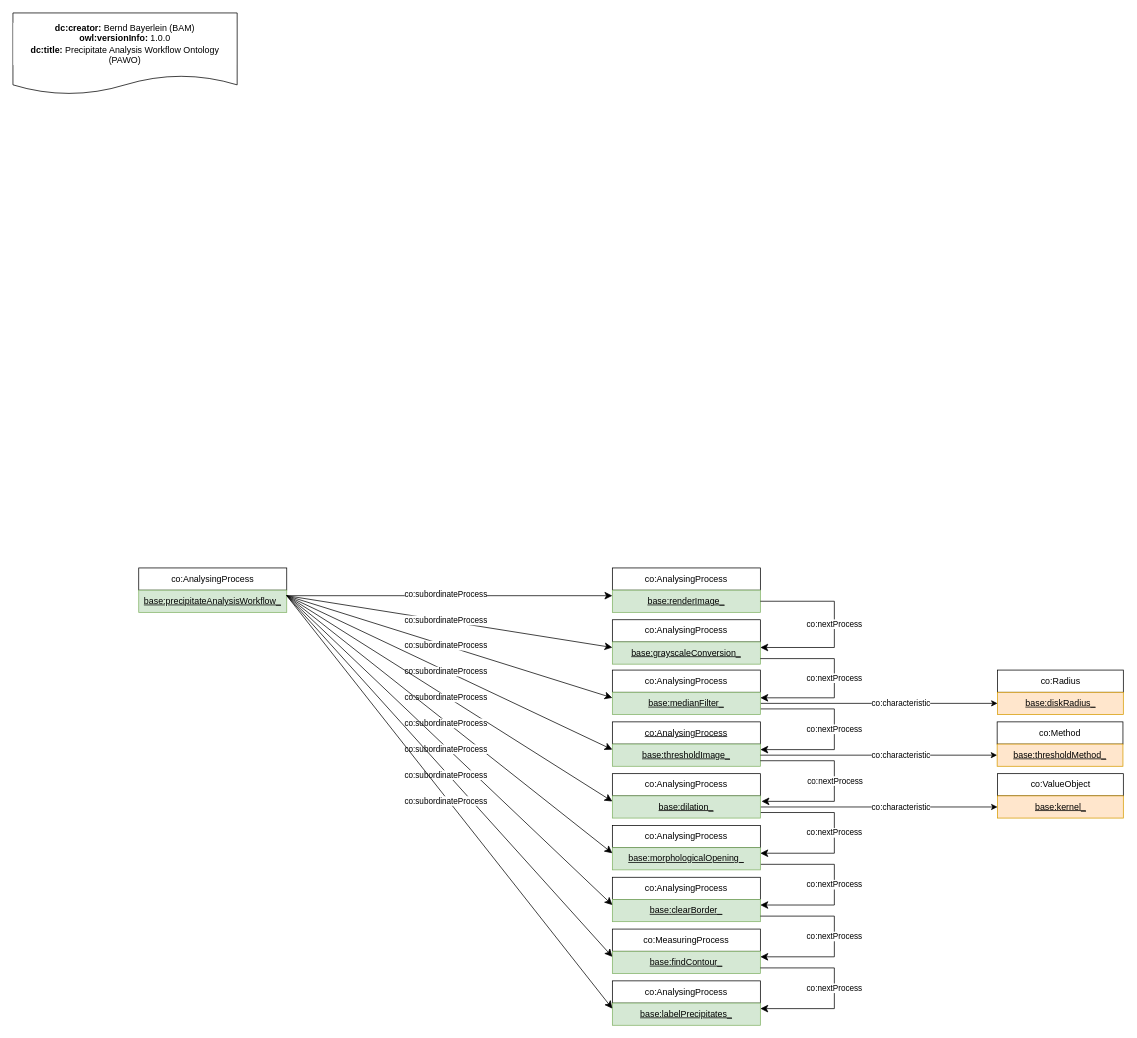
This is page "Figure" (2 of 2) of PrecipitateAnalysisWorkflow.drawio from BAMresearch/DF-TEM-PAW, a draw.io file, before an edit. Source tidied: cells renumbered, new cells numbered last; positions are measured from the earlier drawing's top-left corner, leaving out a move shared by most shapes. Both pictures are drawn from the tidied source at 74%, with x=0, y=0 at pixel (13, 13).
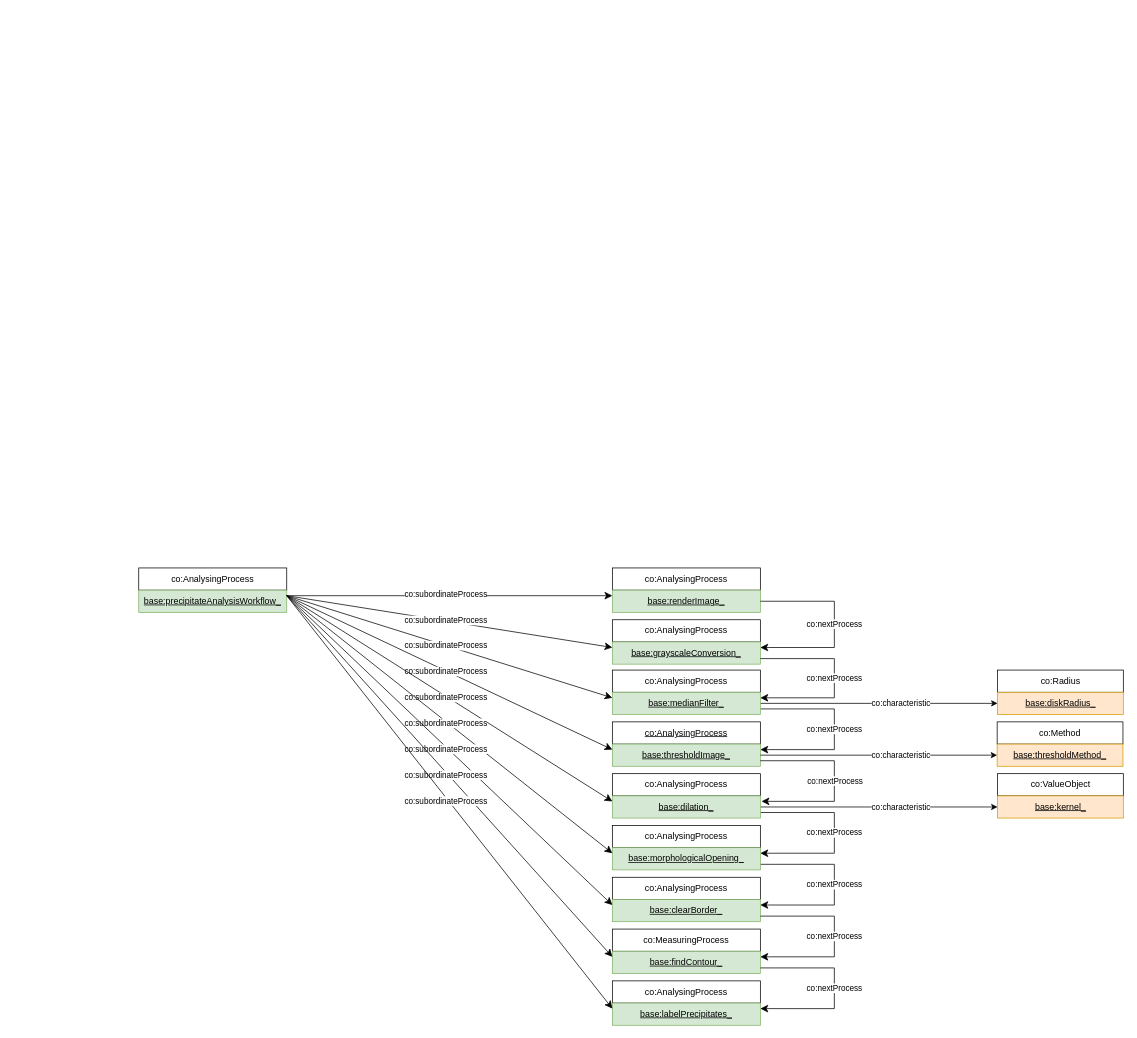
After the change.

What changed in the source:
```diff
@@
-    <mxCell id="48" value="&lt;div&gt;&lt;b&gt;dc:creator:&lt;/b&gt;&amp;nbsp;Bernd Bayerlein (BAM)&lt;/div&gt;&lt;div&gt;&lt;b&gt;owl:versionInfo:&lt;/b&gt;&amp;nbsp;1.0.0&lt;br&gt;&lt;/div&gt;&lt;div&gt;&lt;b&gt;dc:title:&lt;/b&gt; Precipitate Analysis Workflow Ontology (PAWO)&lt;/div&gt;" style="shape=document;whiteSpace=wrap;html=1;boundedLbl=1;labelBackgroundColor=#ffffff;strokeColor=#000000;fontSize=12;fontColor=#000000;size=0.23333333333333334;" parent="1" vertex="1">
-      <mxGeometry width="303" height="110" as="geometry" />
-    </mxCell>
```
